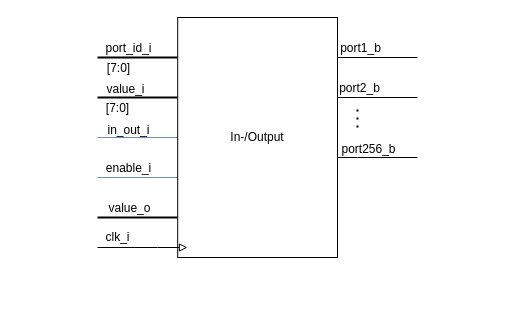
This is Blockbeschreibungen/IO_beschreibung.drawio from graefjk/RO2, a draw.io file, before an edit. Source tidied: cells renumbered, new cells numbered last; positions are measured from the earlier drawing's top-left corner, leaving out a move shared by most shapes. Both pictures are drawn from the tidied source at 100%, with x=0, y=0 at pixel (97, 17).
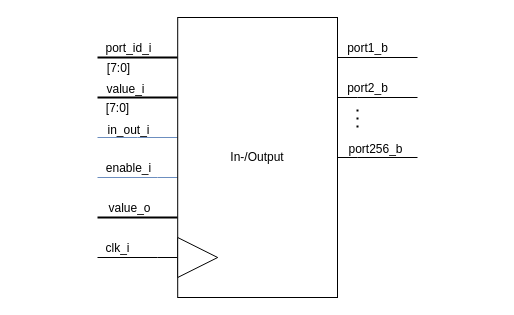
Above is the later version.

Unchanged cells that the change refers to:
```xml
<mxCell id="14" style="edgeStyle=orthogonalEdgeStyle;rounded=0;jettySize=auto;html=1;startArrow=none;startFill=0;endArrow=none;endFill=0;endSize=6;targetPerimeterSpacing=0;strokeWidth=1;" parent="1" edge="1" source="20">
  <mxGeometry relative="1" as="geometry">
    <mxPoint x="320" y="40" as="targetPoint" />
    <Array as="points">
      <mxPoint x="240" y="40" />
      <mxPoint x="240" y="40" />
    </Array>
  </mxGeometry>
</mxCell>
<mxCell id="16" style="edgeStyle=orthogonalEdgeStyle;rounded=0;jettySize=auto;html=1;startArrow=none;startFill=0;endArrow=none;endFill=0;endSize=6;targetPerimeterSpacing=0;strokeWidth=1;" parent="1" edge="1" source="20">
  <mxGeometry relative="1" as="geometry">
    <mxPoint x="320" y="80" as="targetPoint" />
    <Array as="points">
      <mxPoint x="260" y="80" />
      <mxPoint x="260" y="80" />
    </Array>
  </mxGeometry>
</mxCell>
<mxCell id="18" style="edgeStyle=orthogonalEdgeStyle;rounded=0;jettySize=auto;html=1;startArrow=none;startFill=0;endArrow=none;endFill=0;endSize=6;targetPerimeterSpacing=0;strokeWidth=1;" parent="1" edge="1" source="20">
  <mxGeometry relative="1" as="geometry">
    <mxPoint x="320" y="140" as="targetPoint" />
    <Array as="points">
      <mxPoint x="260" y="140" />
      <mxPoint x="260" y="140" />
    </Array>
  </mxGeometry>
</mxCell>
```

Change to the diagram source:
```diff
@@
     <mxCell id="15" value="&lt;span style=&quot;font-size: 12px;&quot;&gt;port1_b&lt;/span&gt;" style="edgeLabel;html=1;align=center;verticalAlign=middle;labelBackgroundColor=none;" parent="14" vertex="1">
       <mxGeometry x="-0.6" relative="1" as="geometry">
-        <mxPoint x="6.1" y="-10" as="offset" />
+        <mxPoint x="13.8" y="-10" as="offset" />
       </mxGeometry>
     </mxCell>
@@
     <mxCell id="17" value="&lt;span style=&quot;font-size: 12px;&quot;&gt;port2_b&lt;/span&gt;" style="edgeLabel;html=1;align=center;verticalAlign=middle;labelBackgroundColor=none;" parent="16" vertex="1">
       <mxGeometry x="-0.69" relative="1" as="geometry">
-        <mxPoint x="9.8" y="-10" as="offset" />
+        <mxPoint x="17.6" y="-10" as="offset" />
       </mxGeometry>
     </mxCell>
@@
     <mxCell id="19" value="&lt;span style=&quot;font-size: 12px;&quot;&gt;port256_b&lt;/span&gt;" style="edgeLabel;html=1;align=center;verticalAlign=middle;labelBackgroundColor=none;" parent="18" vertex="1">
       <mxGeometry x="-0.5" y="12" relative="1" as="geometry">
-        <mxPoint x="10" y="3" as="offset" />
+        <mxPoint x="17" y="3" as="offset" />
       </mxGeometry>
     </mxCell>
+    <mxCell id="24" style="edgeStyle=orthogonalEdgeStyle;rounded=0;jettySize=auto;html=1;endArrow=none;endFill=0;" parent="1" edge="1" source="20">
+      <mxGeometry relative="1" as="geometry">
+        <mxPoint y="240" as="targetPoint" />
+        <Array as="points">
+          <mxPoint x="60" y="240" />
+          <mxPoint x="60" y="240" />
+        </Array>
+      </mxGeometry>
+    </mxCell>
+    <mxCell id="23" value="&lt;span style=&quot;font-size: 12px;&quot;&gt;clk_i&lt;/span&gt;" style="edgeLabel;html=1;align=center;verticalAlign=middle;labelBackgroundColor=none;" parent="24" vertex="1">
+      <mxGeometry x="0.24" y="1" relative="1" as="geometry">
+        <mxPoint x="-10.7" y="-11" as="offset" />
+      </mxGeometry>
+    </mxCell>
     <mxCell id="20" value="In-/Output" style="rounded=0;whiteSpace=wrap;html=1;" parent="1" vertex="1">
-      <mxGeometry x="80.2" width="159.8" height="240" as="geometry" />
+      <mxGeometry x="80.2" width="159.8" height="280" as="geometry" />
     </mxCell>
@@
-    <mxCell id="22" style="edgeStyle=orthogonalEdgeStyle;rounded=0;orthogonalLoop=1;jettySize=auto;html=1;endArrow=none;endFill=0;strokeWidth=1;startArrow=block;startFill=0;targetPerimeterSpacing=0;endSize=6;" parent="1" edge="1">
-      <mxGeometry relative="1" as="geometry">
-        <mxPoint x="90" y="230" as="sourcePoint" />
-        <mxPoint y="230" as="targetPoint" />
-        <Array as="points">
-          <mxPoint x="60" y="230" />
-          <mxPoint x="60" y="230" />
-        </Array>
-      </mxGeometry>
-    </mxCell>
-    <mxCell id="23" value="clk_i" style="text;html=1;align=center;verticalAlign=middle;" parent="1" vertex="1">
-      <mxGeometry y="210" width="40" height="20" as="geometry" />
-    </mxCell>
+    <mxCell id="25" style="triangle;whiteSpace=wrap;html=1;" parent="1" vertex="1">
+      <mxGeometry x="80.2" y="220" width="40" height="40" as="geometry" />
+    </mxCell>
+    <mxCell id="26" style="rounded=0;whiteSpace=wrap;html=1;fillColor=none;strokeColor=none;" parent="1" vertex="1">
+      <mxGeometry x="-80" width="480" height="40" as="geometry" />
+    </mxCell>
```
